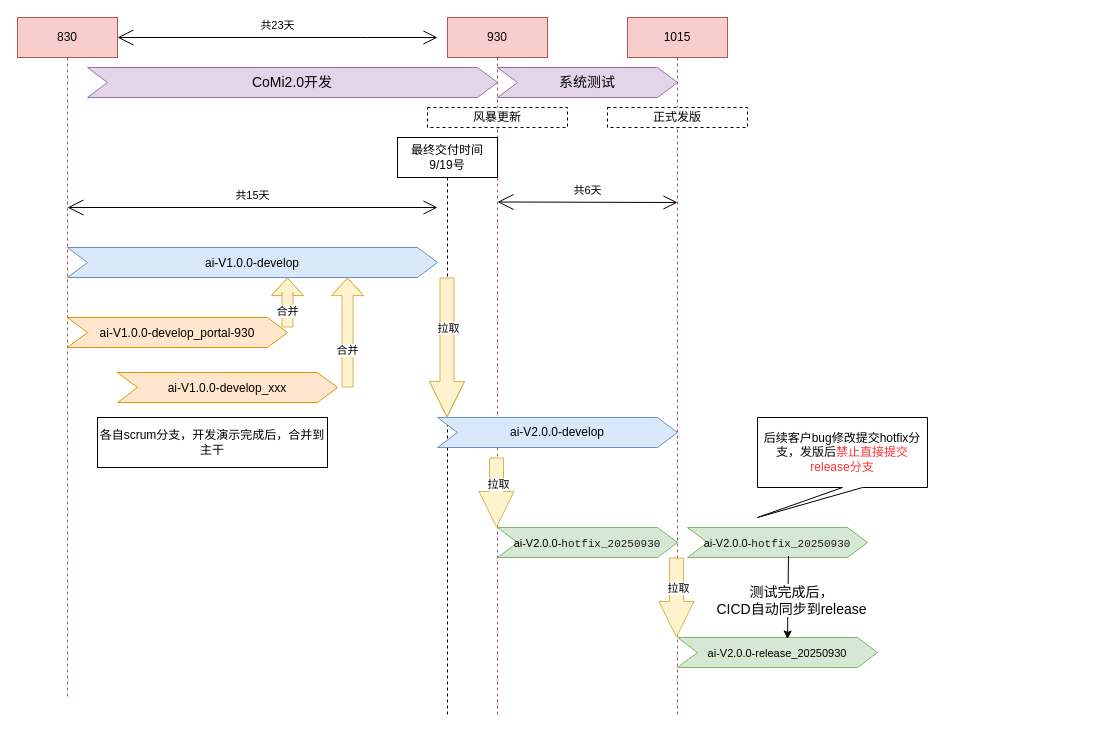
wangweiccmo/drawio keeps this draw.io diagram as 1015版本管理.drawio. Above is the earlier version. Source tidied: cells renumbered, new cells numbered last; positions are measured from the earlier drawing's top-left corner, leaving out a move shared by most shapes. Both pictures are drawn from the tidied source at 100%, with x=0, y=0 at pixel (17, 17).
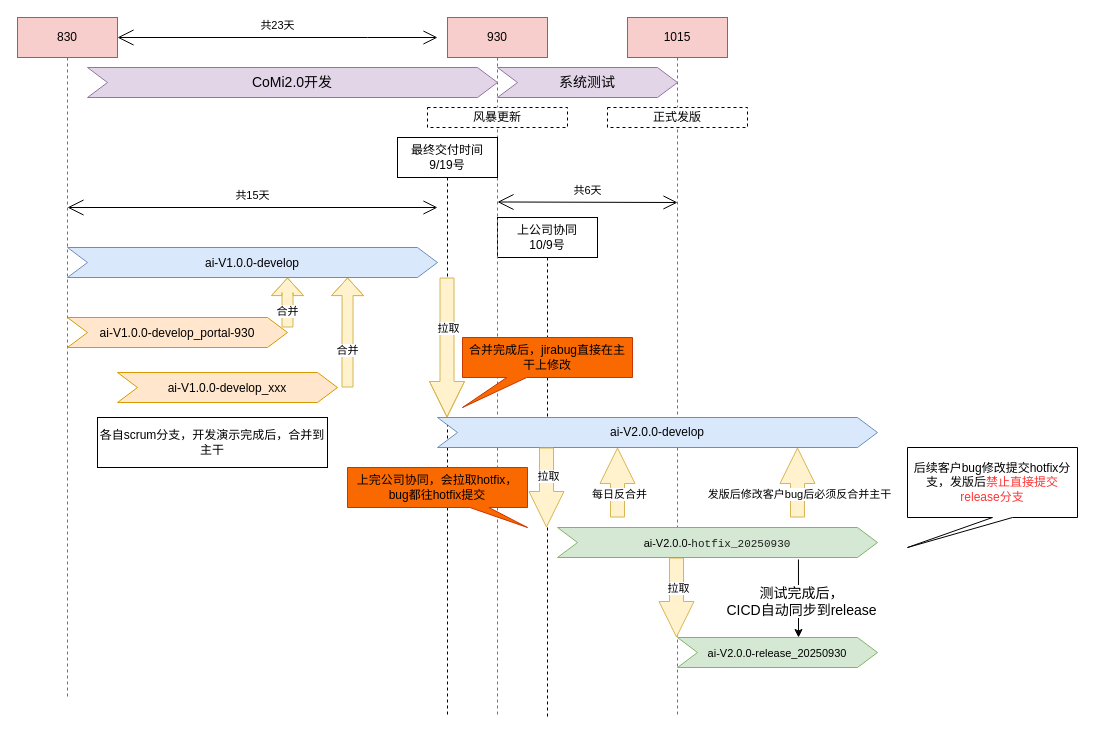
The same page after the edit.

Commit message (it also covers changes not shown here):
更新1015版本管理.drawio

The change refers to these unchanged cells:
```xml
<mxCell id="3" value="930" style="shape=umlLifeline;perimeter=lifelinePerimeter;whiteSpace=wrap;html=1;outlineConnect=0;portConstraint=eastwest;newEdgeStyle={&quot;curved&quot;:0,&quot;rounded&quot;:0};fillColor=#f8cecc;strokeColor=#b85450;" parent="1" vertex="1">
  <mxGeometry x="430" width="100" height="700" as="geometry" />
</mxCell>
<mxCell id="26" value="&lt;span style=&quot;font-size: 11px;&quot;&gt;ai-V2.0.0-release_20250930&lt;/span&gt;" style="html=1;shape=mxgraph.infographic.ribbonSimple;notch1=20;notch2=20;align=center;verticalAlign=middle;fontSize=14;fontStyle=0;fillColor=#d5e8d4;whiteSpace=wrap;strokeColor=#82b366;" parent="1" vertex="1">
  <mxGeometry x="660" y="620" width="200" height="30" as="geometry" />
</mxCell>
```

Diff of the diagram source:
```diff
@@
+    <mxCell id="34" value="上公司协同&lt;div&gt;10/9号&lt;/div&gt;" style="shape=umlLifeline;perimeter=lifelinePerimeter;whiteSpace=wrap;html=1;newEdgeStyle={&quot;curved&quot;:0,&quot;rounded&quot;:0};" parent="1" vertex="1">
+      <mxGeometry x="480" y="200" width="100" height="500" as="geometry" />
+    </mxCell>
@@
     <mxCell id="13" value="后续客户bug修改提交hotfix分支，发版后&lt;font style=&quot;color: rgb(255, 51, 51);&quot;&gt;禁止直接提交release分支&lt;/font&gt;" style="shape=callout;whiteSpace=wrap;html=1;perimeter=calloutPerimeter;position2=0;" parent="1" vertex="1">
-      <mxGeometry x="740" y="400" width="170" height="100" as="geometry" />
+      <mxGeometry x="890" y="430" width="170" height="100" as="geometry" />
     </mxCell>
@@
     <mxCell id="20" value="ai-V2.0.0-develop" style="html=1;shape=mxgraph.infographic.ribbonSimple;notch1=20;notch2=20;align=center;verticalAlign=middle;fontSize=12;fontStyle=0;fillColor=#dae8fc;whiteSpace=wrap;strokeColor=#6c8ebf;" parent="1" vertex="1">
-      <mxGeometry x="420" y="400" width="240" height="30" as="geometry" />
+      <mxGeometry x="420" y="400" width="440" height="30" as="geometry" />
     </mxCell>
-    <mxCell id="21" style="shape=flexArrow;endArrow=classic;html=1;rounded=0;width=14;endSize=11.5;fillColor=#fff2cc;strokeColor=#d6b656;" parent="1" edge="1" target="3">
-      <mxGeometry relative="1" as="geometry">
-        <mxPoint x="479" y="440" as="sourcePoint" />
-        <Array as="points">
-          <mxPoint x="479" y="510" />
-        </Array>
-      </mxGeometry>
-    </mxCell>
-    <mxCell id="22" value="拉取" style="edgeLabel;html=1;align=center;verticalAlign=middle;" parent="21" vertex="1">
-      <mxGeometry x="-0.26" y="-4" relative="1" as="geometry">
-        <mxPoint x="5" as="offset" />
-      </mxGeometry>
-    </mxCell>
-    <mxCell id="23" value="&lt;span style=&quot;color: rgb(31, 31, 31); font-family: consolas, &amp;quot;lucida console&amp;quot;, &amp;quot;courier new&amp;quot;, monospace; text-align: left; white-space-collapse: preserve;&quot;&gt;&lt;font style=&quot;font-size: 11px;&quot;&gt;&lt;span style=&quot;color: rgb(0, 0, 0); font-family: Helvetica; text-align: center; white-space-collapse: collapse;&quot;&gt;ai-V2.0.0&lt;/span&gt;&lt;span style=&quot;color: rgb(0, 0, 0); font-family: Helvetica; text-align: center; white-space-collapse: collapse;&quot;&gt;-&lt;/span&gt;hotfix_20250930&lt;/font&gt;&lt;/span&gt;" style="html=1;shape=mxgraph.infographic.ribbonSimple;notch1=20;notch2=20;align=center;verticalAlign=middle;fontSize=14;fontStyle=0;fillColor=#d5e8d4;whiteSpace=wrap;strokeColor=#82b366;" parent="1" vertex="1">
-      <mxGeometry x="480" y="510" width="180" height="30" as="geometry" />
-    </mxCell>
@@
     <mxCell id="27" value="&lt;span style=&quot;color: rgb(31, 31, 31); font-family: consolas, &amp;quot;lucida console&amp;quot;, &amp;quot;courier new&amp;quot;, monospace; text-align: left; white-space-collapse: preserve;&quot;&gt;&lt;font style=&quot;font-size: 11px;&quot;&gt;&lt;span style=&quot;color: rgb(0, 0, 0); font-family: Helvetica; text-align: center; white-space-collapse: collapse;&quot;&gt;ai-V2.0.0&lt;/span&gt;&lt;span style=&quot;color: rgb(0, 0, 0); font-family: Helvetica; text-align: center; white-space-collapse: collapse;&quot;&gt;-&lt;/span&gt;hotfix_20250930&lt;/font&gt;&lt;/span&gt;" style="html=1;shape=mxgraph.infographic.ribbonSimple;notch1=20;notch2=20;align=center;verticalAlign=middle;fontSize=14;fontStyle=0;fillColor=#d5e8d4;whiteSpace=wrap;strokeColor=#82b366;" parent="1" vertex="1">
-      <mxGeometry x="670" y="510" width="180" height="30" as="geometry" />
+      <mxGeometry x="540" y="510" width="320" height="30" as="geometry" />
     </mxCell>
-    <mxCell id="28" style="endArrow=classic;html=1;rounded=0;exitX=0.561;exitY=0.95;exitDx=0;exitDy=0;exitPerimeter=0;entryX=0.55;entryY=0.05;entryDx=0;entryDy=0;entryPerimeter=0;" parent="1" edge="1" source="27" target="26">
+    <mxCell id="28" style="endArrow=classic;html=1;rounded=0;exitX=0.753;exitY=1.067;exitDx=0;exitDy=0;exitPerimeter=0;entryX=0.605;entryY=0;entryDx=0;entryDy=0;entryPerimeter=0;" parent="1" edge="1" source="27" target="26">
       <mxGeometry relative="1" as="geometry" />
     </mxCell>
@@
+    <mxCell id="35" style="shape=flexArrow;endArrow=classic;html=1;rounded=0;width=14;endSize=11.5;fillColor=#fff2cc;strokeColor=#d6b656;" parent="1" edge="1">
+      <mxGeometry relative="1" as="geometry">
+        <mxPoint x="529" y="430" as="sourcePoint" />
+        <mxPoint x="529" y="510" as="targetPoint" />
+        <Array as="points">
+          <mxPoint x="529" y="510" />
+        </Array>
+      </mxGeometry>
+    </mxCell>
+    <mxCell id="22" value="拉取" style="edgeLabel;html=1;align=center;verticalAlign=middle;" parent="35" vertex="1">
+      <mxGeometry x="-0.26" y="-4" relative="1" as="geometry">
+        <mxPoint x="5" y="-2" as="offset" />
+      </mxGeometry>
+    </mxCell>
+    <mxCell id="36" style="shape=flexArrow;endArrow=classic;html=1;rounded=0;width=14;endSize=11.5;fillColor=#fff2cc;strokeColor=#d6b656;" parent="1" edge="1">
+      <mxGeometry relative="1" as="geometry">
+        <mxPoint x="600" y="500" as="sourcePoint" />
+        <mxPoint x="600" y="430" as="targetPoint" />
+        <Array as="points">
+          <mxPoint x="600" y="430" />
+        </Array>
+      </mxGeometry>
+    </mxCell>
+    <mxCell id="37" value="每日反合并" style="edgeLabel;html=1;align=center;verticalAlign=middle;" parent="36" vertex="1">
+      <mxGeometry x="-0.31" y="-1" relative="1" as="geometry" />
+    </mxCell>
+    <mxCell id="38" value="合并完成后，jirabug直接在主干上修改" style="shape=callout;whiteSpace=wrap;html=1;perimeter=calloutPerimeter;position2=0;size=30;position=0.26;fillColor=#fa6800;fontColor=#000000;strokeColor=#C73500;" parent="1" vertex="1">
+      <mxGeometry x="445" y="320" width="170" height="70" as="geometry" />
+    </mxCell>
+    <mxCell id="39" value="上完公司协同，会拉取hotfix，bug都往hotfix提交" style="shape=callout;whiteSpace=wrap;html=1;perimeter=calloutPerimeter;position2=1;size=20;position=0.68;base=19;fillColor=#fa6800;fontColor=#000000;strokeColor=#C73500;" parent="1" vertex="1">
+      <mxGeometry x="330" y="450" width="180" height="60" as="geometry" />
+    </mxCell>
+    <mxCell id="40" style="shape=flexArrow;endArrow=classic;html=1;rounded=0;width=14;endSize=11.5;fillColor=#fff2cc;strokeColor=#d6b656;" parent="1" edge="1">
+      <mxGeometry relative="1" as="geometry">
+        <mxPoint x="780" y="500" as="sourcePoint" />
+        <mxPoint x="780" y="430" as="targetPoint" />
+        <Array as="points">
+          <mxPoint x="780" y="430" />
+        </Array>
+      </mxGeometry>
+    </mxCell>
+    <mxCell id="41" value="发版后修改客户bug后必须反合并主干" style="edgeLabel;html=1;align=center;verticalAlign=middle;" parent="40" vertex="1">
+      <mxGeometry x="-0.31" y="-1" relative="1" as="geometry" />
+    </mxCell>
```
